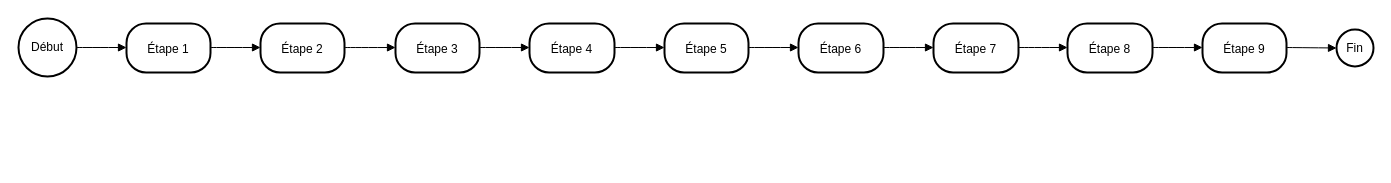
Earlier version of the draw.io diagram Diagramme sans nom.drawio (okings69/github_main-). Source tidied: cells renumbered, new cells numbered last; positions are measured from the earlier drawing's top-left corner, leaving out a move shared by most shapes. Both pictures are drawn from the tidied source at 100%, with x=0, y=0 at pixel (18, 18).
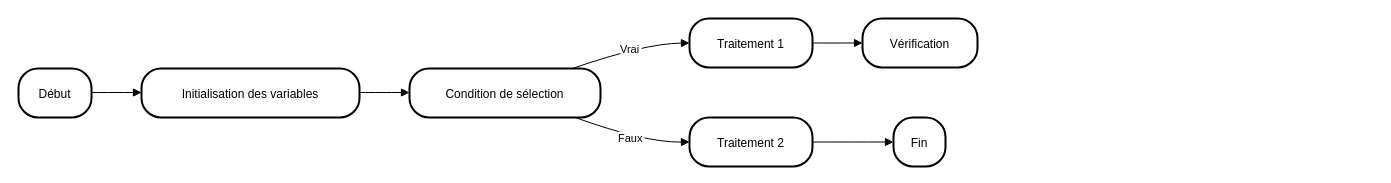
The same diagram, later.

Diff of the diagram source:
```diff
@@
-    <mxCell id="2" value="Début" style="ellipse;strokeWidth=2;whiteSpace=wrap;" parent="1" vertex="1">
-      <mxGeometry width="58" height="58" as="geometry" />
+    <mxCell id="2" value="Début" style="rounded=1;arcSize=40;strokeWidth=2;" parent="1" vertex="1">
+      <mxGeometry y="50" width="73" height="49" as="geometry" />
     </mxCell>
-    <mxCell id="3" value="Étape 1" style="rounded=1;arcSize=40;strokeWidth=2;" parent="1" vertex="1">
-      <mxGeometry x="108" y="5" width="84" height="49" as="geometry" />
+    <mxCell id="3" value="Initialisation des variables" style="rounded=1;arcSize=40;strokeWidth=2;" parent="1" vertex="1">
+      <mxGeometry x="123" y="50" width="218" height="49" as="geometry" />
     </mxCell>
-    <mxCell id="4" value="Étape 2" style="rounded=1;arcSize=40;strokeWidth=2;" parent="1" vertex="1">
-      <mxGeometry x="242" y="5" width="84" height="49" as="geometry" />
+    <mxCell id="4" value="Condition de sélection" style="rounded=1;arcSize=40;strokeWidth=2;" parent="1" vertex="1">
+      <mxGeometry x="391" y="50" width="191" height="49" as="geometry" />
     </mxCell>
-    <mxCell id="5" value="Étape 3" style="rounded=1;arcSize=40;strokeWidth=2;" parent="1" vertex="1">
-      <mxGeometry x="377" y="5" width="84" height="49" as="geometry" />
+    <mxCell id="5" value="Traitement 1" style="rounded=1;arcSize=40;strokeWidth=2;" parent="1" vertex="1">
+      <mxGeometry x="671" width="123" height="49" as="geometry" />
     </mxCell>
-    <mxCell id="6" value="Étape 4" style="rounded=1;arcSize=40;strokeWidth=2;" parent="1" vertex="1">
-      <mxGeometry x="511" y="5" width="85" height="49" as="geometry" />
+    <mxCell id="6" value="Traitement 2" style="rounded=1;arcSize=40;strokeWidth=2;" parent="1" vertex="1">
+      <mxGeometry x="671" y="99" width="123" height="49" as="geometry" />
     </mxCell>
-    <mxCell id="7" value="Étape 5" style="rounded=1;arcSize=40;strokeWidth=2;" parent="1" vertex="1">
-      <mxGeometry x="646" y="5" width="84" height="49" as="geometry" />
+    <mxCell id="7" value="Vérification" style="rounded=1;arcSize=40;strokeWidth=2;" parent="1" vertex="1">
+      <mxGeometry x="844" width="115" height="49" as="geometry" />
     </mxCell>
-    <mxCell id="8" value="Étape 6" style="rounded=1;arcSize=40;strokeWidth=2;" parent="1" vertex="1">
-      <mxGeometry x="780" y="5" width="85" height="49" as="geometry" />
+    <mxCell id="8" value="Fin" style="rounded=1;arcSize=40;strokeWidth=2;" parent="1" vertex="1">
+      <mxGeometry x="875" y="99" width="52" height="49" as="geometry" />
     </mxCell>
-    <mxCell id="9" value="Étape 7" style="rounded=1;arcSize=40;strokeWidth=2;" parent="1" vertex="1">
-      <mxGeometry x="915" y="5" width="85" height="49" as="geometry" />
+    <mxCell id="9" style="curved=1;startArrow=none;endArrow=block;exitX=1;exitY=0.49;entryX=0;entryY=0.49;" parent="1" edge="1" source="2" target="3">
+      <mxGeometry relative="1" as="geometry" />
     </mxCell>
-    <mxCell id="10" value="Étape 8" style="rounded=1;arcSize=40;strokeWidth=2;" parent="1" vertex="1">
-      <mxGeometry x="1049" y="5" width="85" height="49" as="geometry" />
+    <mxCell id="10" style="curved=1;startArrow=none;endArrow=block;exitX=1;exitY=0.49;entryX=0;entryY=0.49;" parent="1" edge="1" source="3" target="4">
+      <mxGeometry relative="1" as="geometry" />
     </mxCell>
-    <mxCell id="11" value="Étape 9" style="rounded=1;arcSize=40;strokeWidth=2;" parent="1" vertex="1">
-      <mxGeometry x="1184" y="5" width="84" height="49" as="geometry" />
+    <mxCell id="11" value="Vrai" style="curved=1;startArrow=none;endArrow=block;exitX=0.86;exitY=-0.01;entryX=0;entryY=0.5;" parent="1" edge="1" source="4" target="5">
+      <mxGeometry relative="1" as="geometry">
+        <Array as="points">
+          <mxPoint x="626" y="25" />
+        </Array>
+      </mxGeometry>
     </mxCell>
-    <mxCell id="12" value="Fin" style="ellipse;strokeWidth=2;whiteSpace=wrap;" parent="1" vertex="1">
-      <mxGeometry x="1318" y="11" width="37" height="37" as="geometry" />
+    <mxCell id="12" value="Faux" style="curved=1;startArrow=none;endArrow=block;exitX=0.86;exitY=0.99;entryX=0;entryY=0.5;" parent="1" edge="1" source="4" target="6">
+      <mxGeometry relative="1" as="geometry">
+        <Array as="points">
+          <mxPoint x="626" y="124" />
+        </Array>
+      </mxGeometry>
     </mxCell>
-    <mxCell id="13" style="curved=1;startArrow=none;endArrow=block;exitX=1;exitY=0.5;entryX=0;entryY=0.49;" parent="1" edge="1" source="2" target="3">
+    <mxCell id="13" style="curved=1;startArrow=none;endArrow=block;exitX=1;exitY=0.5;entryX=0;entryY=0.5;" parent="1" edge="1" source="5" target="7">
       <mxGeometry relative="1" as="geometry" />
     </mxCell>
-    <mxCell id="14" style="curved=1;startArrow=none;endArrow=block;exitX=1;exitY=0.49;entryX=0;entryY=0.49;" parent="1" edge="1" source="3" target="4">
+    <mxCell id="14" style="curved=1;startArrow=none;endArrow=block;exitX=1;exitY=0.5;entryX=0.01;entryY=0.5;" parent="1" edge="1" source="6" target="8">
       <mxGeometry relative="1" as="geometry" />
     </mxCell>
-    <mxCell id="15" style="curved=1;startArrow=none;endArrow=block;exitX=1.01;exitY=0.49;entryX=-0.01;entryY=0.49;" parent="1" edge="1" source="4" target="5">
-      <mxGeometry relative="1" as="geometry" />
-    </mxCell>
-    <mxCell id="16" style="curved=1;startArrow=none;endArrow=block;exitX=1;exitY=0.49;entryX=0;entryY=0.49;" parent="1" edge="1" source="5" target="6">
-      <mxGeometry relative="1" as="geometry" />
-    </mxCell>
-    <mxCell id="17" style="curved=1;startArrow=none;endArrow=block;exitX=0.99;exitY=0.49;entryX=-0.01;entryY=0.49;" parent="1" edge="1" source="6" target="7">
-      <mxGeometry relative="1" as="geometry" />
-    </mxCell>
-    <mxCell id="18" style="curved=1;startArrow=none;endArrow=block;exitX=1;exitY=0.49;entryX=0;entryY=0.49;" parent="1" edge="1" source="7" target="8">
-      <mxGeometry relative="1" as="geometry" />
-    </mxCell>
-    <mxCell id="19" style="curved=1;startArrow=none;endArrow=block;exitX=0.99;exitY=0.49;entryX=-0.01;entryY=0.49;" parent="1" edge="1" source="8" target="9">
-      <mxGeometry relative="1" as="geometry" />
-    </mxCell>
-    <mxCell id="20" style="curved=1;startArrow=none;endArrow=block;exitX=0.99;exitY=0.49;entryX=0;entryY=0.49;" parent="1" edge="1" source="9" target="10">
-      <mxGeometry relative="1" as="geometry" />
-    </mxCell>
-    <mxCell id="21" style="curved=1;startArrow=none;endArrow=block;exitX=1;exitY=0.49;entryX=0;entryY=0.49;" parent="1" edge="1" source="10" target="11">
-      <mxGeometry relative="1" as="geometry" />
-    </mxCell>
-    <mxCell id="22" style="curved=1;startArrow=none;endArrow=block;exitX=1;exitY=0.49;entryX=0.01;entryY=0.49;" parent="1" edge="1" source="11" target="12">
-      <mxGeometry relative="1" as="geometry" />
-    </mxCell>
```
